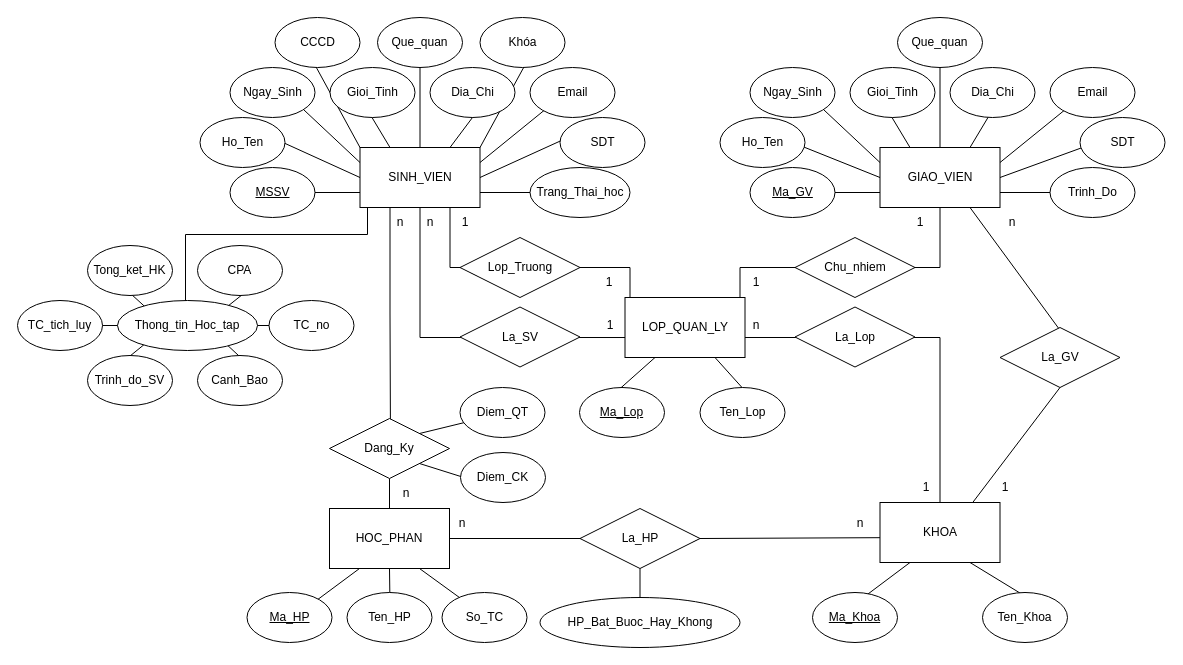
JosephD0310/Database keeps this draw.io diagram as Untitled Diagram.drawio. Above is the earlier version. Source tidied: cells renumbered, new cells numbered last; positions are measured from the earlier drawing's top-left corner, leaving out a move shared by most shapes. Both pictures are drawn from the tidied source at 100%, with x=0, y=0 at pixel (17, 17).
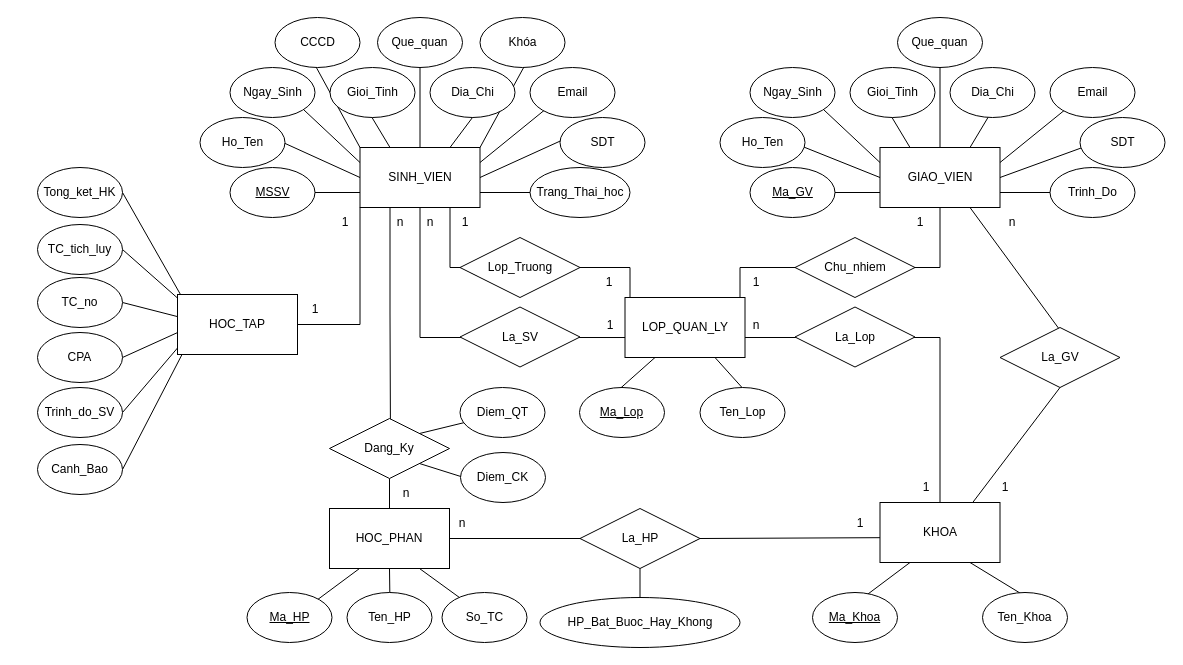
After the change.

Unchanged cells that the change refers to:
```xml
<mxCell id="34" value="SINH_VIEN" style="rounded=0;whiteSpace=wrap;html=1;" parent="1" vertex="1">
  <mxGeometry x="342.5" y="130" width="120" height="60" as="geometry" />
</mxCell>
```

Change to the diagram source:
```diff
@@
-    <mxCell id="33" style="edgeStyle=orthogonalEdgeStyle;rounded=0;jettySize=auto;html=1;entryX=0.512;entryY=0.483;entryDx=0;entryDy=0;entryPerimeter=0;" parent="1" edge="1" source="34">
-      <mxGeometry relative="1" as="geometry">
-        <mxPoint x="168" y="307" as="targetPoint" />
-        <Array as="points">
-          <mxPoint x="350" y="217" />
-          <mxPoint x="168" y="217" />
-        </Array>
-      </mxGeometry>
-    </mxCell>
+    <mxCell id="113" style="edgeStyle=orthogonalEdgeStyle;rounded=0;jettySize=auto;html=1;exitX=0;exitY=1;exitDx=0;exitDy=0;entryX=0.833;entryY=0.833;entryDx=0;entryDy=0;entryPerimeter=0;" parent="1" edge="1" source="34" target="120">
+      <mxGeometry relative="1" as="geometry">
+        <Array as="points">
+          <mxPoint x="343" y="307" />
+          <mxPoint x="260" y="307" />
+        </Array>
+      </mxGeometry>
+    </mxCell>
@@
-    <mxCell id="92" value="n" style="text;html=1;strokeColor=none;fillColor=none;align=center;verticalAlign=middle;whiteSpace=wrap;rounded=0;" parent="1" vertex="1">
+    <mxCell id="92" value="1" style="text;html=1;strokeColor=none;fillColor=none;align=center;verticalAlign=middle;whiteSpace=wrap;rounded=0;" parent="1" vertex="1">
       <mxGeometry x="812.5" y="491" width="60" height="30" as="geometry" />
     </mxCell>
@@
-    <mxCell id="98" style="edgeStyle=none;rounded=0;jettySize=auto;html=1;exitX=0;exitY=0;exitDx=0;exitDy=0;entryX=0.235;entryY=0.54;entryDx=0;entryDy=0;entryPerimeter=0;" parent="1" edge="1" target="104">
-      <mxGeometry relative="1" as="geometry">
-        <mxPoint x="131.6" y="293" as="sourcePoint" />
-      </mxGeometry>
-    </mxCell>
-    <mxCell id="99" style="edgeStyle=none;rounded=0;jettySize=auto;html=1;exitX=1;exitY=0;exitDx=0;exitDy=0;entryX=0.706;entryY=0.74;entryDx=0;entryDy=0;entryPerimeter=0;" parent="1" edge="1" target="105">
-      <mxGeometry relative="1" as="geometry">
-        <mxPoint x="204.9" y="293" as="sourcePoint" />
-      </mxGeometry>
-    </mxCell>
-    <mxCell id="100" style="edgeStyle=none;rounded=0;jettySize=auto;html=1;exitX=0;exitY=1;exitDx=0;exitDy=0;entryX=0.118;entryY=0.54;entryDx=0;entryDy=0;entryPerimeter=0;" parent="1" edge="1" target="108">
-      <mxGeometry relative="1" as="geometry">
-        <mxPoint x="131.6" y="323" as="sourcePoint" />
-      </mxGeometry>
-    </mxCell>
-    <mxCell id="101" style="edgeStyle=none;rounded=0;jettySize=auto;html=1;exitX=1;exitY=1;exitDx=0;exitDy=0;entryX=0.824;entryY=0.54;entryDx=0;entryDy=0;entryPerimeter=0;" parent="1" edge="1" target="109">
-      <mxGeometry relative="1" as="geometry">
-        <mxPoint x="204.9" y="323" as="sourcePoint" />
-      </mxGeometry>
-    </mxCell>
-    <mxCell id="102" style="edgeStyle=none;rounded=0;orthogonalLoop=1;jettySize=auto;html=1;exitX=0;exitY=0.5;exitDx=0;exitDy=0;entryX=0.118;entryY=0.5;entryDx=0;entryDy=0;entryPerimeter=0;" parent="1" edge="1">
-      <mxGeometry relative="1" as="geometry">
-        <mxPoint x="101" y="308" as="sourcePoint" />
-        <mxPoint x="16" y="308" as="targetPoint" />
-      </mxGeometry>
-    </mxCell>
-    <mxCell id="103" style="edgeStyle=none;rounded=0;orthogonalLoop=1;jettySize=auto;html=1;exitX=1;exitY=0.5;exitDx=0;exitDy=0;entryX=0.688;entryY=0.5;entryDx=0;entryDy=0;entryPerimeter=0;" parent="1" edge="1">
-      <mxGeometry relative="1" as="geometry">
-        <mxPoint x="238.5" y="308" as="sourcePoint" />
-        <mxPoint x="307" y="308" as="targetPoint" />
-      </mxGeometry>
-    </mxCell>
+    <mxCell id="114" style="edgeStyle=none;rounded=0;jettySize=auto;html=1;exitX=1;exitY=0.5;exitDx=0;exitDy=0;entryX=0.167;entryY=0.5;entryDx=0;entryDy=0;entryPerimeter=0;" parent="1" edge="1" source="104" target="120">
+      <mxGeometry relative="1" as="geometry" />
+    </mxCell>
     <mxCell id="104" value="Tong_ket_HK" style="ellipse;whiteSpace=wrap;html=1;" parent="1" vertex="1">
-      <mxGeometry x="70" y="228" width="85" height="50" as="geometry" />
+      <mxGeometry x="20" y="150" width="85" height="50" as="geometry" />
     </mxCell>
+    <mxCell id="115" style="edgeStyle=none;rounded=0;jettySize=auto;html=1;exitX=1;exitY=0.5;exitDx=0;exitDy=0;entryX=0.333;entryY=0.333;entryDx=0;entryDy=0;entryPerimeter=0;" parent="1" edge="1" source="105" target="120">
+      <mxGeometry relative="1" as="geometry" />
+    </mxCell>
     <mxCell id="105" value="CPA" style="ellipse;whiteSpace=wrap;html=1;" parent="1" vertex="1">
-      <mxGeometry x="180" y="228" width="85" height="50" as="geometry" />
+      <mxGeometry x="20" y="315" width="85" height="50" as="geometry" />
     </mxCell>
+    <mxCell id="116" style="edgeStyle=none;rounded=0;jettySize=auto;html=1;exitX=1;exitY=0.5;exitDx=0;exitDy=0;" parent="1" edge="1" source="106">
+      <mxGeometry relative="1" as="geometry">
+        <mxPoint x="190" y="307" as="targetPoint" />
+      </mxGeometry>
+    </mxCell>
     <mxCell id="106" value="TC_tich_luy" style="ellipse;whiteSpace=wrap;html=1;" parent="1" vertex="1">
-      <mxGeometry y="283" width="85" height="50" as="geometry" />
+      <mxGeometry x="20" y="207" width="85" height="50" as="geometry" />
     </mxCell>
+    <mxCell id="117" style="edgeStyle=none;rounded=0;jettySize=auto;html=1;exitX=1;exitY=0.5;exitDx=0;exitDy=0;entryX=0.583;entryY=0.667;entryDx=0;entryDy=0;entryPerimeter=0;" parent="1" edge="1" source="107" target="120">
+      <mxGeometry relative="1" as="geometry" />
+    </mxCell>
     <mxCell id="107" value="TC_no" style="ellipse;whiteSpace=wrap;html=1;" parent="1" vertex="1">
-      <mxGeometry x="251.5" y="283" width="85" height="50" as="geometry" />
+      <mxGeometry x="20" y="260" width="85" height="50" as="geometry" />
     </mxCell>
+    <mxCell id="118" style="edgeStyle=none;rounded=0;jettySize=auto;html=1;exitX=1;exitY=0.5;exitDx=0;exitDy=0;entryX=0.167;entryY=0.5;entryDx=0;entryDy=0;entryPerimeter=0;" parent="1" edge="1" source="108" target="120">
+      <mxGeometry relative="1" as="geometry" />
+    </mxCell>
     <mxCell id="108" value="Trinh_do_SV" style="ellipse;whiteSpace=wrap;html=1;" parent="1" vertex="1">
-      <mxGeometry x="70" y="338" width="85" height="50" as="geometry" />
+      <mxGeometry x="20" y="370" width="85" height="50" as="geometry" />
     </mxCell>
+    <mxCell id="119" style="edgeStyle=none;rounded=0;jettySize=auto;html=1;exitX=1;exitY=0.5;exitDx=0;exitDy=0;entryX=0.167;entryY=0.5;entryDx=0;entryDy=0;entryPerimeter=0;" parent="1" edge="1" source="109" target="120">
+      <mxGeometry relative="1" as="geometry" />
+    </mxCell>
     <mxCell id="109" value="Canh_Bao" style="ellipse;whiteSpace=wrap;html=1;" parent="1" vertex="1">
-      <mxGeometry x="180" y="338" width="85" height="50" as="geometry" />
+      <mxGeometry x="20" y="427" width="85" height="50" as="geometry" />
     </mxCell>
-    <mxCell id="110" value="Thong_tin_Hoc_tap" style="ellipse;whiteSpace=wrap;html=1;" parent="1" vertex="1">
-      <mxGeometry x="100" y="283" width="140" height="50" as="geometry" />
-    </mxCell>
@@
+    <mxCell id="120" value="HOC_TAP" style="rounded=0;whiteSpace=wrap;html=1;" parent="1" vertex="1">
+      <mxGeometry x="160" y="277" width="120" height="60" as="geometry" />
+    </mxCell>
+    <mxCell id="121" value="1" style="text;html=1;strokeColor=none;fillColor=none;align=center;verticalAlign=middle;whiteSpace=wrap;rounded=0;" parent="1" vertex="1">
+      <mxGeometry x="297.5" y="190" width="60" height="30" as="geometry" />
+    </mxCell>
+    <mxCell id="122" value="1" style="text;html=1;strokeColor=none;fillColor=none;align=center;verticalAlign=middle;whiteSpace=wrap;rounded=0;" parent="1" vertex="1">
+      <mxGeometry x="267.5" y="277" width="60" height="30" as="geometry" />
+    </mxCell>
```
